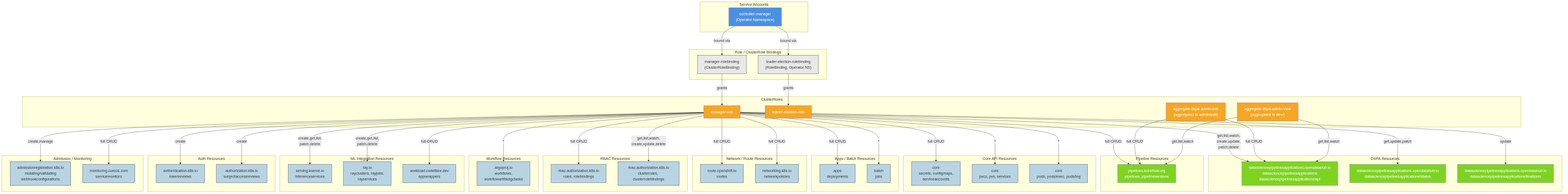
Before: architecture/rhoai-3.4-ea.1/diagrams/data-science-pipelines-operator-rbac.png, a diagram exported from Mermaid (rhuss/architecture-context). Its source is kept beside it as architecture/rhoai-3.4-ea.1/diagrams/data-science-pipelines-operator-rbac.mmd.
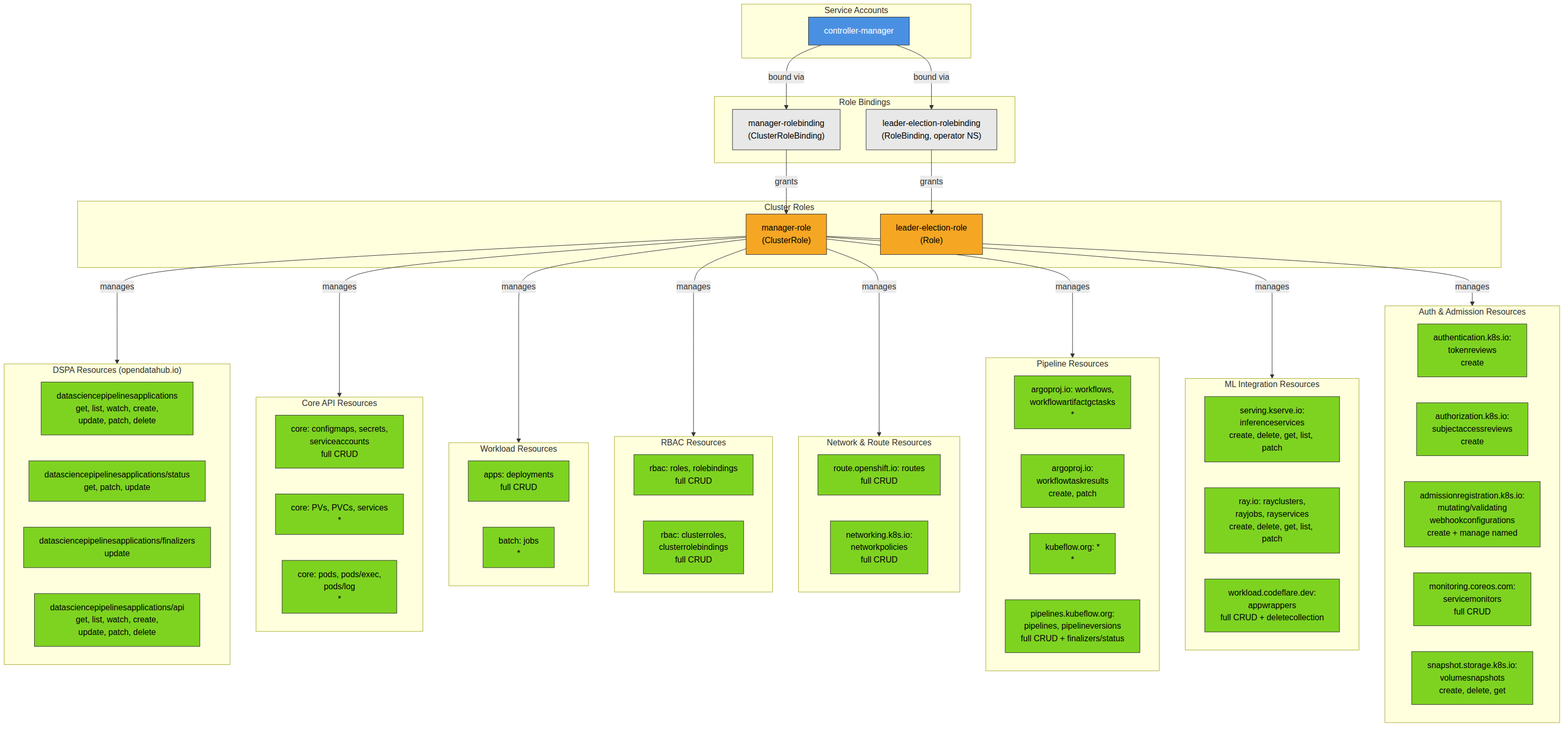
The same diagram one commit later.

Diff of the diagram source:
```diff
@@ -1,129 +1,110 @@
 
 graph TD
     subgraph ServiceAccounts["Service Accounts"]
-        SA["controller-manager<br/>(Operator Namespace)"]
+        SA["controller-manager"]
     end
 
-    subgraph Bindings["Role / ClusterRole Bindings"]
+    subgraph Bindings["Role Bindings"]
         CRB["manager-rolebinding<br/>(ClusterRoleBinding)"]
-        LEB["leader-election-rolebinding<br/>(RoleBinding, Operator NS)"]
+        RB["leader-election-rolebinding<br/>(RoleBinding, operator NS)"]
     end
 
-    subgraph ClusterRoles["ClusterRoles"]
-        CR["manager-role"]
-        LER["leader-election-role"]
-        AE["aggregate-dspa-admin-edit<br/>(aggregated to admin/edit)"]
-        AV["aggregate-dspa-admin-view<br/>(aggregated to view)"]
+    subgraph ClusterRoles["Cluster Roles"]
+        CR["manager-role<br/>(ClusterRole)"]
+        LER["leader-election-role<br/>(Role)"]
     end
 
-    subgraph DSPAResources["DSPA Resources"]
-        DSPA["datasciencepipelinesapplications.opendatahub.io<br/>datasciencepipelinesapplications<br/>datasciencepipelinesapplications/api"]
-        DSPAStatus["datasciencepipelinesapplications.opendatahub.io<br/>datasciencepipelinesapplications/status"]
-        DSPAFinalizers["datasciencepipelinesapplications.opendatahub.io<br/>datasciencepipelinesapplications/finalizers"]
+    SA -->|"bound via"| CRB
+    SA -->|"bound via"| RB
+    CRB -->|"grants"| CR
+    RB -->|"grants"| LER
+
+    subgraph DSPAResources["DSPA Resources (opendatahub.io)"]
+        DSPA["datasciencepipelinesapplications<br/>get, list, watch, create,<br/>update, patch, delete"]
+        DSPAStatus["datasciencepipelinesapplications/status<br/>get, patch, update"]
+        DSPAFinalizers["datasciencepipelinesapplications/finalizers<br/>update"]
+        DSPAAPI["datasciencepipelinesapplications/api<br/>get, list, watch, create,<br/>update, patch, delete"]
+    end
+
+    subgraph CoreResources["Core API Resources"]
+        ConfigMaps["core: configmaps, secrets,<br/>serviceaccounts<br/>full CRUD"]
+        Storage["core: PVs, PVCs, services<br/>*"]
+        Pods["core: pods, pods/exec,<br/>pods/log<br/>*"]
+    end
+
+    subgraph WorkloadResources["Workload Resources"]
+        Deployments["apps: deployments<br/>full CRUD"]
+        Jobs["batch: jobs<br/>*"]
+    end
+
+    subgraph RBACResources["RBAC Resources"]
+        Roles["rbac: roles, rolebindings<br/>full CRUD"]
+        ClusterRolesRes["rbac: clusterroles,<br/>clusterrolebindings<br/>full CRUD"]
+    end
+
+    subgraph NetworkResources["Network & Route Resources"]
+        Routes["route.openshift.io: routes<br/>full CRUD"]
+        NetPol["networking.k8s.io:<br/>networkpolicies<br/>full CRUD"]
     end
 
     subgraph PipelineResources["Pipeline Resources"]
-        Pipelines["pipelines.kubeflow.org<br/>pipelines, pipelineversions"]
-    end
-
-    subgraph CoreResources["Core API Resources"]
-        Secrets["core<br/>secrets, configmaps,<br/>serviceaccounts"]
-        Storage["core<br/>pvcs, pvs, services"]
-        Pods["core<br/>pods, pods/exec, pods/log"]
-    end
-
-    subgraph AppsResources["Apps / Batch Resources"]
-        Deployments["apps<br/>deployments"]
-        Jobs["batch<br/>jobs"]
-    end
-
-    subgraph NetworkResources["Network / Route Resources"]
-        Routes["route.openshift.io<br/>routes"]
-        NetPol["networking.k8s.io<br/>networkpolicies"]
-    end
-
-    subgraph RBACResources["RBAC Resources"]
-        Roles["rbac.authorization.k8s.io<br/>roles, rolebindings"]
-        ClusterRolesRes["rbac.authorization.k8s.io<br/>clusterroles, clusterrolebindings"]
-    end
-
-    subgraph WorkflowResources["Workflow Resources"]
-        Workflows["argoproj.io<br/>workflows,<br/>workflowartifactgctasks"]
+        ArgoWF["argoproj.io: workflows,<br/>workflowartifactgctasks<br/>*"]
+        ArgoResults["argoproj.io:<br/>workflowtaskresults<br/>create, patch"]
+        KubeflowAll["kubeflow.org: *<br/>*"]
+        Pipelines["pipelines.kubeflow.org:<br/>pipelines, pipelineversions<br/>full CRUD + finalizers/status"]
     end
 
     subgraph MLResources["ML Integration Resources"]
-        InferenceServices["serving.kserve.io<br/>inferenceservices"]
-        RayResources["ray.io<br/>rayclusters, rayjobs,<br/>rayservices"]
-        AppWrappers["workload.codeflare.dev<br/>appwrappers"]
+        InferenceService["serving.kserve.io:<br/>inferenceservices<br/>create, delete, get, list, patch"]
+        RayRes["ray.io: rayclusters,<br/>rayjobs, rayservices<br/>create, delete, get, list, patch"]
+        AppWrappers["workload.codeflare.dev:<br/>appwrappers<br/>full CRUD + deletecollection"]
     end
 
-    subgraph AuthResources["Auth Resources"]
-        TokenReviews["authentication.k8s.io<br/>tokenreviews"]
-        SAR["authorization.k8s.io<br/>subjectaccessreviews"]
+    subgraph AuthResources["Auth & Admission Resources"]
+        TokenReviews["authentication.k8s.io:<br/>tokenreviews<br/>create"]
+        SAR["authorization.k8s.io:<br/>subjectaccessreviews<br/>create"]
+        Webhooks["admissionregistration.k8s.io:<br/>mutating/validating<br/>webhookconfigurations<br/>create + manage named"]
+        ServiceMonitors["monitoring.coreos.com:<br/>servicemonitors<br/>full CRUD"]
+        VolumeSnapshots["snapshot.storage.k8s.io:<br/>volumesnapshots<br/>create, delete, get"]
     end
 
-    subgraph AdminResources["Admission / Monitoring"]
-        Webhooks["admissionregistration.k8s.io<br/>mutating/validating<br/>webhookconfigurations"]
-        ServiceMonitors["monitoring.coreos.com<br/>servicemonitors"]
-    end
+    CR -->|"manages"| DSPAResources
+    CR -->|"manages"| CoreResources
+    CR -->|"manages"| WorkloadResources
+    CR -->|"manages"| RBACResources
+    CR -->|"manages"| NetworkResources
+    CR -->|"manages"| PipelineResources
+    CR -->|"manages"| MLResources
+    CR -->|"manages"| AuthResources
 
-    SA -->|bound via| CRB
-    SA -->|bound via| LEB
-    CRB -->|grants| CR
-    LEB -->|grants| LER
+    style SA fill:#4a90e2,stroke:#333,color:#fff
+    style CR fill:#f5a623,stroke:#333,color:#000
+    style LER fill:#f5a623,stroke:#333,color:#000
+    style CRB fill:#e8e8e8,stroke:#333,color:#000
+    style RB fill:#e8e8e8,stroke:#333,color:#000
 
-    CR -->|"get,list,watch,<br/>create,update,<br/>patch,delete"| DSPA
-    CR -->|"get,update,patch"| DSPAStatus
-    CR -->|"update"| DSPAFinalizers
-    CR -->|"full CRUD"| Secrets
-    CR -->|"*"| Storage
-    CR -->|"*"| Pods
-    CR -->|"full CRUD"| Deployments
-    CR -->|"*"| Jobs
-    CR -->|"full CRUD"| Routes
-    CR -->|"full CRUD"| NetPol
-    CR -->|"full CRUD"| Roles
-    CR -->|"get,list,watch,<br/>create,update,delete"| ClusterRolesRes
-    CR -->|"*"| Workflows
-    CR -->|"full CRUD"| Pipelines
-    CR -->|"create,manage"| Webhooks
-    CR -->|"full CRUD"| ServiceMonitors
-    CR -->|"create,get,list,<br/>patch,delete"| InferenceServices
-    CR -->|"create,get,list,<br/>patch,delete"| RayResources
-    CR -->|"full CRUD"| AppWrappers
-    CR -->|"create"| TokenReviews
-    CR -->|"create"| SAR
-
-    AE -->|"full CRUD"| DSPA
-    AE -->|"full CRUD"| Pipelines
-    AV -->|"get,list,watch"| DSPA
-    AV -->|"get,list,watch"| Pipelines
-
-    style SA fill:#4a90e2,color:#fff
-    style CR fill:#f5a623,color:#fff
-    style LER fill:#f5a623,color:#fff
-    style AE fill:#f5a623,color:#fff
-    style AV fill:#f5a623,color:#fff
-    style CRB fill:#e8e8e8,stroke:#333
-    style LEB fill:#e8e8e8,stroke:#333
-    style DSPA fill:#7ed321,color:#fff
-    style DSPAStatus fill:#7ed321,color:#fff
-    style DSPAFinalizers fill:#7ed321,color:#fff
-    style Pipelines fill:#7ed321,color:#fff
-    style Secrets fill:#b8d4e3,stroke:#333
-    style Storage fill:#b8d4e3,stroke:#333
-    style Pods fill:#b8d4e3,stroke:#333
-    style Deployments fill:#b8d4e3,stroke:#333
-    style Jobs fill:#b8d4e3,stroke:#333
-    style Routes fill:#b8d4e3,stroke:#333
-    style NetPol fill:#b8d4e3,stroke:#333
-    style Roles fill:#b8d4e3,stroke:#333
-    style ClusterRolesRes fill:#b8d4e3,stroke:#333
-    style Workflows fill:#b8d4e3,stroke:#333
-    style InferenceServices fill:#b8d4e3,stroke:#333
-    style RayResources fill:#b8d4e3,stroke:#333
-    style AppWrappers fill:#b8d4e3,stroke:#333
-    style TokenReviews fill:#b8d4e3,stroke:#333
-    style SAR fill:#b8d4e3,stroke:#333
-    style Webhooks fill:#b8d4e3,stroke:#333
-    style ServiceMonitors fill:#b8d4e3,stroke:#333
+    style DSPA fill:#7ed321,stroke:#333,color:#000
+    style DSPAStatus fill:#7ed321,stroke:#333,color:#000
+    style DSPAFinalizers fill:#7ed321,stroke:#333,color:#000
+    style DSPAAPI fill:#7ed321,stroke:#333,color:#000
+    style ConfigMaps fill:#7ed321,stroke:#333,color:#000
+    style Storage fill:#7ed321,stroke:#333,color:#000
+    style Pods fill:#7ed321,stroke:#333,color:#000
+    style Deployments fill:#7ed321,stroke:#333,color:#000
+    style Jobs fill:#7ed321,stroke:#333,color:#000
+    style Roles fill:#7ed321,stroke:#333,color:#000
+    style ClusterRolesRes fill:#7ed321,stroke:#333,color:#000
+    style Routes fill:#7ed321,stroke:#333,color:#000
+    style NetPol fill:#7ed321,stroke:#333,color:#000
+    style ArgoWF fill:#7ed321,stroke:#333,color:#000
+    style ArgoResults fill:#7ed321,stroke:#333,color:#000
+    style KubeflowAll fill:#7ed321,stroke:#333,color:#000
+    style Pipelines fill:#7ed321,stroke:#333,color:#000
+    style InferenceService fill:#7ed321,stroke:#333,color:#000
+    style RayRes fill:#7ed321,stroke:#333,color:#000
+    style AppWrappers fill:#7ed321,stroke:#333,color:#000
+    style TokenReviews fill:#7ed321,stroke:#333,color:#000
+    style SAR fill:#7ed321,stroke:#333,color:#000
+    style Webhooks fill:#7ed321,stroke:#333,color:#000
+    style ServiceMonitors fill:#7ed321,stroke:#333,color:#000
+    style VolumeSnapshots fill:#7ed321,stroke:#333,color:#000
```
